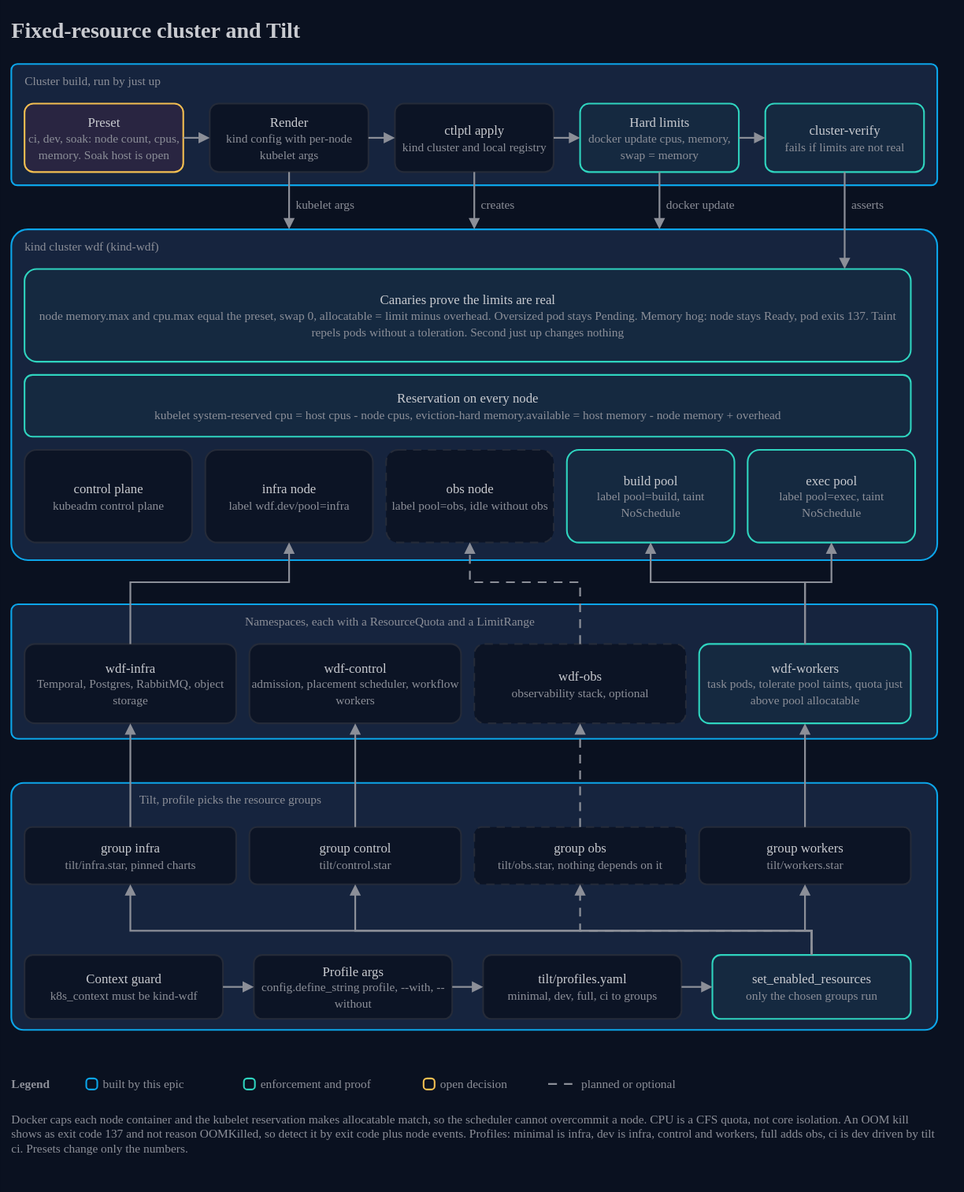
Earlier version of the draw.io export docs/architecture/09-cluster-and-tilt.drawio.svg (AndoNorth/wasm-dag-forge). Source tidied: cells renumbered, new cells last; positions are measured from the earlier drawing's top-left corner, leaving out a move shared by most shapes.
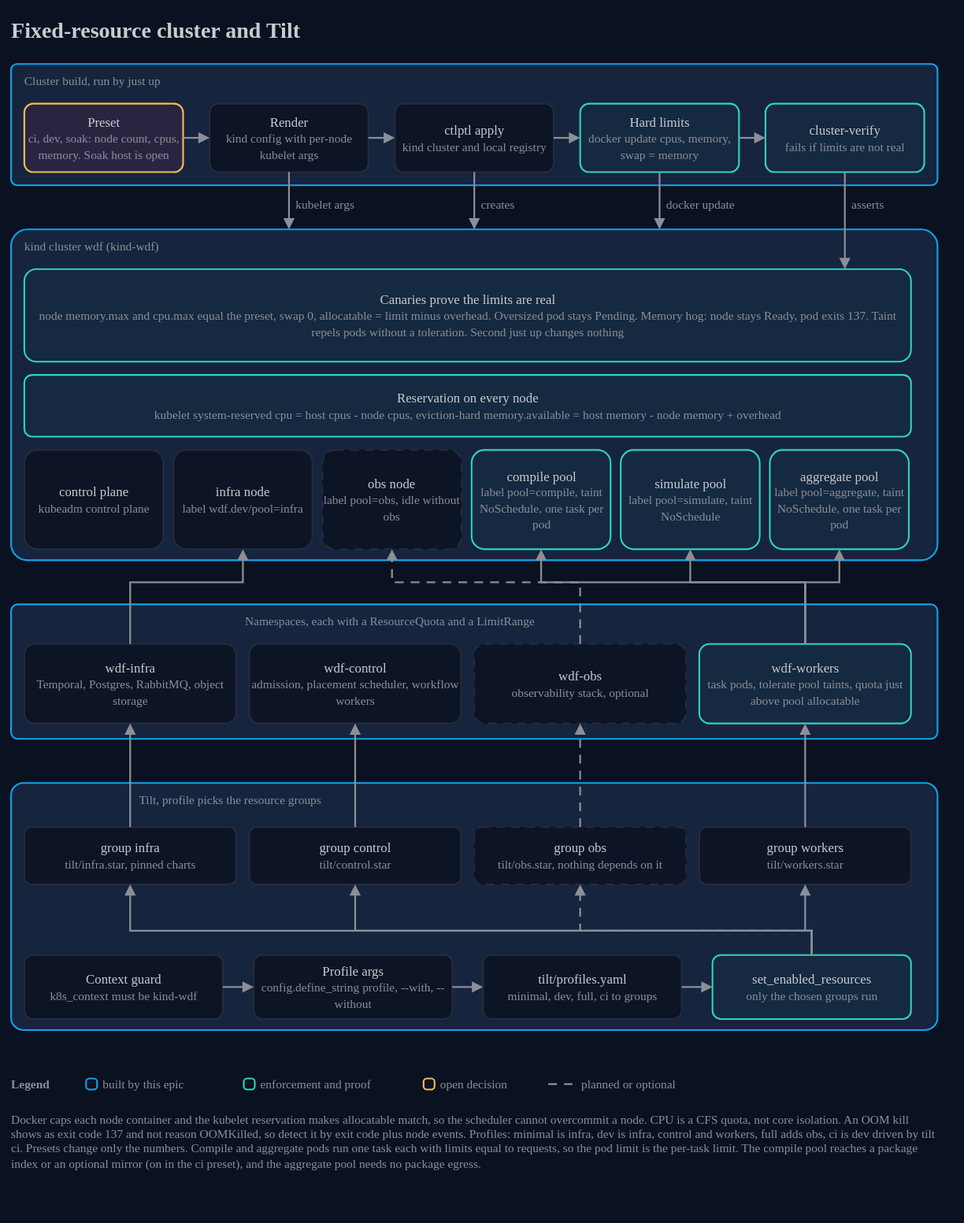
The same file after the commit.

The edit, as a diff of the source:
```diff
@@ -51,20 +51,23 @@
       <mxGeometry x="12" y="330" width="804" height="56" as="geometry" />
     </mxCell>
     <mxCell id="18" value="control plane&lt;br&gt;&lt;font color=&quot;#8c8f98&quot; style=&quot;font-size:11px&quot;&gt;kubeadm control plane&lt;/font&gt;" style="rounded=1;arcSize=13;html=1;whiteSpace=wrap;fillColor=#0c1425;strokeColor=#252b39;strokeWidth=1.5;fontColor=#c9cbd0;fontSize=12;fontFamily=IBM Plex Sans;" parent="1" vertex="1">
-      <mxGeometry x="12" y="398" width="152" height="84" as="geometry" />
+      <mxGeometry x="12" y="398" width="126" height="90" as="geometry" />
     </mxCell>
     <mxCell id="19" value="infra node&lt;br&gt;&lt;font color=&quot;#8c8f98&quot; style=&quot;font-size:11px&quot;&gt;label wdf.dev/pool=infra&lt;/font&gt;" style="rounded=1;arcSize=13;html=1;whiteSpace=wrap;fillColor=#0c1425;strokeColor=#252b39;strokeWidth=1.5;fontColor=#c9cbd0;fontSize=12;fontFamily=IBM Plex Sans;" parent="1" vertex="1">
-      <mxGeometry x="176" y="398" width="152" height="84" as="geometry" />
+      <mxGeometry x="147.2" y="398" width="126" height="90" as="geometry" />
     </mxCell>
     <mxCell id="20" value="obs node&lt;br&gt;&lt;font color=&quot;#8c8f98&quot; style=&quot;font-size:11px&quot;&gt;label pool=obs, idle without obs&lt;/font&gt;" style="rounded=1;arcSize=13;html=1;whiteSpace=wrap;fillColor=#0c1425;strokeColor=#252b39;strokeWidth=1.5;fontColor=#c9cbd0;fontSize=12;fontFamily=IBM Plex Sans;dashed=1;dashPattern=5 4;" parent="1" vertex="1">
-      <mxGeometry x="340" y="398" width="152" height="84" as="geometry" />
+      <mxGeometry x="282.4" y="398" width="126" height="90" as="geometry" />
     </mxCell>
-    <mxCell id="21" value="build pool&lt;br&gt;&lt;font color=&quot;#8c8f98&quot; style=&quot;font-size:11px&quot;&gt;label pool=build, taint NoSchedule&lt;/font&gt;" style="rounded=1;arcSize=13;html=1;whiteSpace=wrap;fillColor=#152940;strokeColor=#2fd4bf;strokeWidth=1.5;fontColor=#c9cbd0;fontSize=12;fontFamily=IBM Plex Sans;" parent="1" vertex="1">
-      <mxGeometry x="504" y="398" width="152" height="84" as="geometry" />
+    <mxCell id="21" value="compile pool&lt;br&gt;&lt;font color=&quot;#8c8f98&quot; style=&quot;font-size:11px&quot;&gt;label pool=compile, taint NoSchedule, one task per pod&lt;/font&gt;" style="rounded=1;arcSize=13;html=1;whiteSpace=wrap;fillColor=#152940;strokeColor=#2fd4bf;strokeWidth=1.5;fontColor=#c9cbd0;fontSize=12;fontFamily=IBM Plex Sans;" parent="1" vertex="1">
+      <mxGeometry x="417.6" y="398" width="126" height="90" as="geometry" />
     </mxCell>
-    <mxCell id="22" value="exec pool&lt;br&gt;&lt;font color=&quot;#8c8f98&quot; style=&quot;font-size:11px&quot;&gt;label pool=exec, taint NoSchedule&lt;/font&gt;" style="rounded=1;arcSize=13;html=1;whiteSpace=wrap;fillColor=#152940;strokeColor=#2fd4bf;strokeWidth=1.5;fontColor=#c9cbd0;fontSize=12;fontFamily=IBM Plex Sans;" parent="1" vertex="1">
-      <mxGeometry x="668" y="398" width="152" height="84" as="geometry" />
+    <mxCell id="22" value="simulate pool&lt;br&gt;&lt;font color=&quot;#8c8f98&quot; style=&quot;font-size:11px&quot;&gt;label pool=simulate, taint NoSchedule&lt;/font&gt;" style="rounded=1;arcSize=13;html=1;whiteSpace=wrap;fillColor=#152940;strokeColor=#2fd4bf;strokeWidth=1.5;fontColor=#c9cbd0;fontSize=12;fontFamily=IBM Plex Sans;" parent="1" vertex="1">
+      <mxGeometry x="552.8" y="398" width="126" height="90" as="geometry" />
     </mxCell>
+    <mxCell id="72" value="aggregate pool&lt;br&gt;&lt;font color=&quot;#8c8f98&quot; style=&quot;font-size:11px&quot;&gt;label pool=aggregate, taint NoSchedule, one task per pod&lt;/font&gt;" style="rounded=1;arcSize=13;html=1;whiteSpace=wrap;fillColor=#152940;strokeColor=#2fd4bf;strokeWidth=1.5;fontColor=#c9cbd0;fontSize=12;fontFamily=IBM Plex Sans;" parent="1" vertex="1">
+      <mxGeometry x="688" y="398" width="126" height="90" as="geometry" />
+    </mxCell>
     <mxCell id="23" style="endArrow=block;endFill=1;startArrow=none;html=1;rounded=0;strokeColor=#8c8f98;strokeWidth=1.6;exitX=0.5;exitY=1;exitDx=0;exitDy=0;entryX=0.5;entryY=0;entryDx=0;entryDy=0;" parent="1" edge="1" source="7" target="14">
       <mxGeometry relative="1" as="geometry" />
     </mxCell>
@@ -93,7 +96,7 @@
       <mxGeometry y="538" width="840" height="122" as="geometry" />
     </mxCell>
     <mxCell id="32" value="Namespaces, each with a ResourceQuota and a LimitRange" style="text;html=1;strokeColor=none;fillColor=none;align=left;verticalAlign=middle;whiteSpace=wrap;fontColor=#8c8f98;fontSize=11;fontFamily=IBM Plex Sans;spacing=0;" parent="1" vertex="1">
-      <mxGeometry x="212" y="544" width="330" height="18" as="geometry" />
+      <mxGeometry x="212" y="544" width="420" height="18" as="geometry" />
     </mxCell>
     <mxCell id="33" value="wdf-infra&lt;br&gt;&lt;font color=&quot;#8c8f98&quot; style=&quot;font-size:11px&quot;&gt;Temporal, Postgres, RabbitMQ, object storage&lt;/font&gt;" style="rounded=1;arcSize=13;html=1;whiteSpace=wrap;fillColor=#0c1425;strokeColor=#252b39;strokeWidth=1.5;fontColor=#c9cbd0;fontSize=12;fontFamily=IBM Plex Sans;" parent="1" vertex="1">
       <mxGeometry x="12" y="574" width="192" height="72" as="geometry" />
@@ -111,7 +114,7 @@
       <mxGeometry relative="1" as="geometry">
         <Array as="points">
           <mxPoint x="108" y="518" />
-          <mxPoint x="252" y="518" />
+          <mxPoint x="210.2" y="518" />
         </Array>
       </mxGeometry>
     </mxCell>
@@ -119,7 +122,7 @@
       <mxGeometry relative="1" as="geometry">
         <Array as="points">
           <mxPoint x="516" y="518" />
-          <mxPoint x="416" y="518" />
+          <mxPoint x="345.4" y="518" />
         </Array>
       </mxGeometry>
     </mxCell>
@@ -127,7 +130,7 @@
       <mxGeometry relative="1" as="geometry">
         <Array as="points">
           <mxPoint x="720" y="518" />
-          <mxPoint x="580" y="518" />
+          <mxPoint x="480.6" y="518" />
         </Array>
       </mxGeometry>
     </mxCell>
@@ -135,15 +138,23 @@
       <mxGeometry relative="1" as="geometry">
         <Array as="points">
           <mxPoint x="720" y="518" />
-          <mxPoint x="744" y="518" />
+          <mxPoint x="615.8" y="518" />
         </Array>
       </mxGeometry>
     </mxCell>
+    <mxCell id="73" style="endArrow=block;endFill=1;startArrow=none;html=1;rounded=0;strokeColor=#8c8f98;strokeWidth=1.6;exitX=0.5;exitY=0;exitDx=0;exitDy=0;entryX=0.5;entryY=1;entryDx=0;entryDy=0;" parent="1" edge="1" source="36" target="72">
+      <mxGeometry relative="1" as="geometry">
+        <Array as="points">
+          <mxPoint x="720" y="518" />
+          <mxPoint x="751" y="518" />
+        </Array>
+      </mxGeometry>
+    </mxCell>
     <mxCell id="41" style="rounded=1;arcSize=5;html=1;whiteSpace=wrap;fillColor=#16243e;strokeColor=#0ca5e9;strokeWidth=1.5;fontColor=#c9cbd0;fontSize=12;fontFamily=IBM Plex Sans;verticalAlign=top;align=left;" parent="1" vertex="1">
       <mxGeometry y="700" width="840" height="224" as="geometry" />
     </mxCell>
     <mxCell id="42" value="Tilt, profile picks the resource groups" style="text;html=1;strokeColor=none;fillColor=none;align=left;verticalAlign=middle;whiteSpace=wrap;fontColor=#8c8f98;fontSize=11;fontFamily=IBM Plex Sans;spacing=0;" parent="1" vertex="1">
-      <mxGeometry x="116" y="706" width="190" height="18" as="geometry" />
+      <mxGeometry x="116" y="706" width="300" height="18" as="geometry" />
     </mxCell>
     <mxCell id="43" value="group infra&lt;br&gt;&lt;font color=&quot;#8c8f98&quot; style=&quot;font-size:11px&quot;&gt;tilt/infra.star, pinned charts&lt;/font&gt;" style="rounded=1;arcSize=13;html=1;whiteSpace=wrap;fillColor=#0c1425;strokeColor=#252b39;strokeWidth=1.5;fontColor=#c9cbd0;fontSize=12;fontFamily=IBM Plex Sans;" parent="1" vertex="1">
       <mxGeometry x="12" y="740" width="192" height="52" as="geometry" />
@@ -252,8 +263,8 @@
     <mxCell id="70" value="planned or optional" style="text;html=1;strokeColor=none;fillColor=none;align=left;verticalAlign=middle;whiteSpace=nowrap;fontColor=#8c8f98;fontSize=11;fontFamily=IBM Plex Sans;spacing=0;" parent="1" vertex="1">
       <mxGeometry x="517" y="964" width="120" height="18" as="geometry" />
     </mxCell>
-    <mxCell id="71" value="Docker caps each node container and the kubelet reservation makes allocatable match, so the scheduler cannot overcommit a node. CPU is a CFS quota, not core isolation. An OOM kill shows as exit code 137 and not reason OOMKilled, so detect it by exit code plus node events. Profiles: minimal is infra, dev is infra, control and workers, full adds obs, ci is dev driven by tilt ci. Presets change only the numbers." style="text;html=1;strokeColor=none;fillColor=none;align=left;verticalAlign=top;whiteSpace=wrap;fontColor=#8c8f98;fontSize=11;fontFamily=IBM Plex Sans;spacing=0;" parent="1" vertex="1">
-      <mxGeometry y="994" width="840" height="56" as="geometry" />
+    <mxCell id="71" value="Docker caps each node container and the kubelet reservation makes allocatable match, so the scheduler cannot overcommit a node. CPU is a CFS quota, not core isolation. An OOM kill shows as exit code 137 and not reason OOMKilled, so detect it by exit code plus node events. Profiles: minimal is infra, dev is infra, control and workers, full adds obs, ci is dev driven by tilt ci. Presets change only the numbers. Compile and aggregate pods run one task each with limits equal to requests, so the pod limit is the per-task limit. The compile pool reaches a package index or an optional mirror (on in the ci preset), and the aggregate pool needs no package egress." style="text;html=1;strokeColor=none;fillColor=none;align=left;verticalAlign=top;whiteSpace=wrap;fontColor=#8c8f98;fontSize=11;fontFamily=IBM Plex Sans;spacing=0;" parent="1" vertex="1">
+      <mxGeometry y="994" width="840" height="84" as="geometry" />
     </mxCell>
   </root>
 </mxGraphModel>
```
